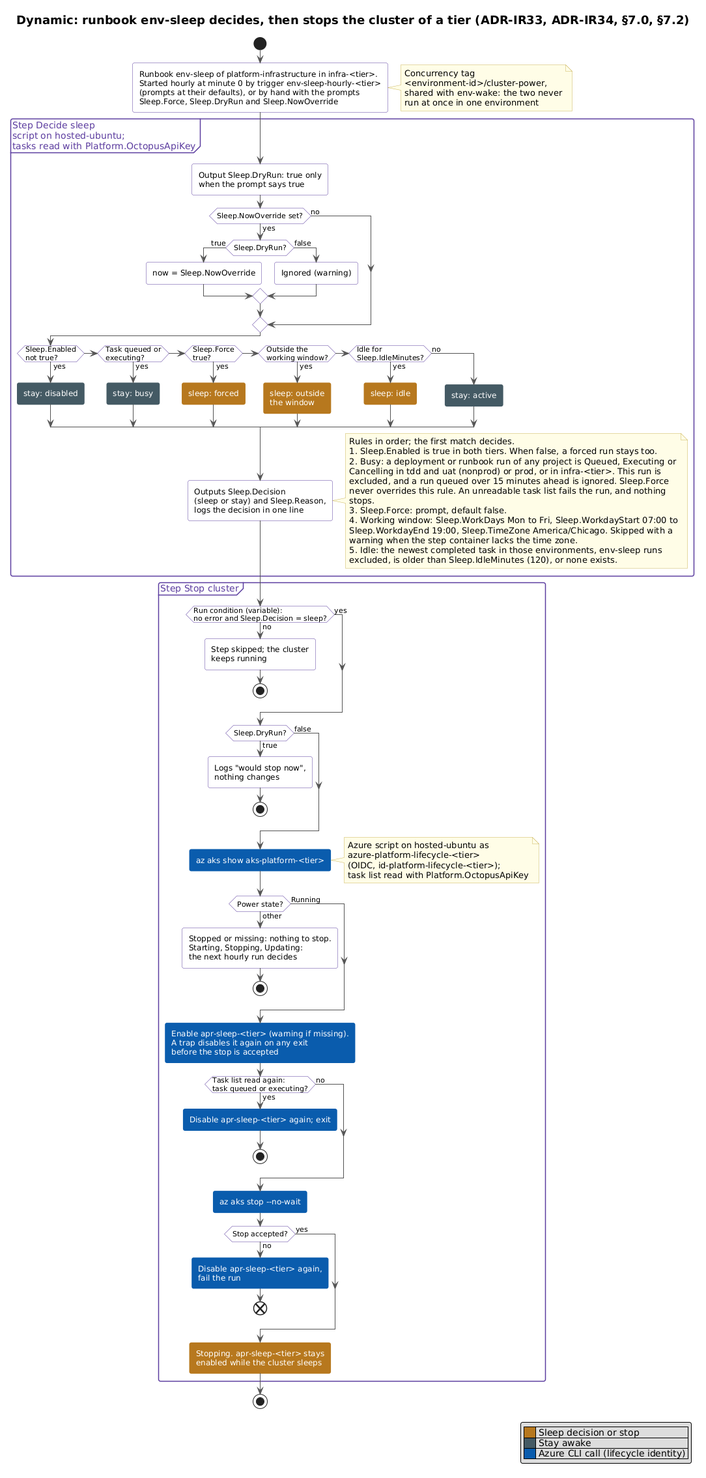
Earlier version of the PlantUML export design/diagrams/dyn-env-sleep.png (clearmeasure-aisf-sample-apps/basic-environment-octopus-codefresh). The source it was exported from:
```plantuml
@startuml dyn-env-sleep
!include include/palette.puml

title Dynamic: runbook env-sleep decides, then stops the cluster of a tier (ADR-IR33, ADR-IR34, §7.0, §7.2)

<style>
activityDiagram {
  activity {
    BackgroundColor #FFFFFF
    LineColor $C_OCTOPUS
    MaximumWidth 380
  }
  diamond {
    BackgroundColor #FFFFFF
    LineColor $C_OCTOPUS
  }
  partition {
    LineColor $C_OCTOPUS
    FontColor $C_OCTOPUS
  }
  arrow {
    LineColor #555555
  }
  note {
    MaximumWidth 520
  }
  .azure {
    BackgroundColor $C_AZURE
    FontColor #FFFFFF
    LineColor $C_AZURE
  }
  .sleep {
    BackgroundColor $C_WAKE
    FontColor #FFFFFF
    LineColor $C_WAKE
  }
  .stay {
    BackgroundColor $C_GLOBAL_TIER
    FontColor #FFFFFF
    LineColor $C_GLOBAL_TIER
  }
}
</style>

start
:Runbook env-sleep of platform-infrastructure in infra-<tier>.
Started hourly at minute 0 by trigger env-sleep-hourly-<tier>
(prompts at their defaults), or by hand with the prompts
Sleep.Force, Sleep.DryRun and Sleep.NowOverride;
note right
  Concurrency tag
  <environment-id>/cluster-power,
  shared with env-wake: the two never
  run at once in one environment
end note
partition "Step Decide sleep\nscript on hosted-ubuntu;\ntasks read with Platform.OctopusApiKey" {
  :Output Sleep.DryRun: true only
  when the prompt says true;
  if (Sleep.NowOverride set?) then (yes)
    if (Sleep.DryRun?) then (true)
      :now = Sleep.NowOverride;
    else (false)
      :Ignored (warning);
    endif
  else (no)
  endif
  if (Sleep.Enabled
not true?) then (yes)
    :stay: disabled; <<stay>>
  elseif (Task queued or
executing?) then (yes)
    :stay: busy; <<stay>>
  elseif (Sleep.Force
true?) then (yes)
    :sleep: forced; <<sleep>>
  elseif (Outside the
working window?) then (yes)
    :sleep: outside
the window; <<sleep>>
  elseif (Idle for
Sleep.IdleMinutes?) then (yes)
    :sleep: idle; <<sleep>>
  else (no)
    :stay: active; <<stay>>
  endif
  :Outputs Sleep.Decision
  (sleep or stay) and Sleep.Reason,
  logs the decision in one line;
  note right
    Rules in order; the first match decides.
    1. Sleep.Enabled is true in both tiers. When false, a forced run stays too.
    2. Busy: a deployment or runbook run of any project is Queued, Executing or Cancelling in tdd and uat (nonprod) or prod, or in infra-<tier>. This run is excluded, and a run queued over 15 minutes ahead is ignored. Sleep.Force never overrides this rule. An unreadable task list fails the run, and nothing stops.
    3. Sleep.Force: prompt, default false.
    4. Working window: Sleep.WorkDays Mon to Fri, Sleep.WorkdayStart 07:00 to Sleep.WorkdayEnd 19:00, Sleep.TimeZone America/Chicago. Skipped with a warning when the step container lacks the time zone.
    5. Idle: the newest completed task in those environments, env-sleep runs excluded, is older than Sleep.IdleMinutes (120), or none exists.
  end note
}
partition "Step Stop cluster" {
  if (Run condition (variable):
no error and Sleep.Decision = sleep?) then (no)
    :Step skipped; the cluster
    keeps running;
    stop
  else (yes)
  endif
  if (Sleep.DryRun?) then (true)
    :Logs "would stop now",
    nothing changes;
    stop
  else (false)
  endif
  :az aks show aks-platform-<tier>; <<azure>>
  note right
    Azure script on hosted-ubuntu as
    azure-platform-lifecycle-<tier>
    (OIDC, id-platform-lifecycle-<tier>);
    task list read with Platform.OctopusApiKey
  end note
  if (Power state?) then (other)
    :Stopped or missing: nothing to stop.
    Starting, Stopping, Updating:
    the next hourly run decides;
    stop
  else (Running)
  endif
  :Enable apr-sleep-<tier> (warning if missing).
  A trap disables it again on any exit
  before the stop is accepted; <<azure>>
  if (Task list read again:
task queued or executing?) then (yes)
    :Disable apr-sleep-<tier> again; exit; <<azure>>
    stop
  else (no)
  endif
  :az aks stop --no-wait; <<azure>>
  if (Stop accepted?) then (no)
    :Disable apr-sleep-<tier> again,
    fail the run; <<azure>>
    end
  else (yes)
  endif
  :Stopping. apr-sleep-<tier> stays
  enabled while the cluster sleeps; <<sleep>>
}
stop

legend right
  |<$C_WAKE>    | Sleep decision or stop |
  |<$C_GLOBAL_TIER>    | Stay awake |
  |<$C_AZURE>    | Azure CLI call (lifecycle identity) |
endlegend
@enduml
```
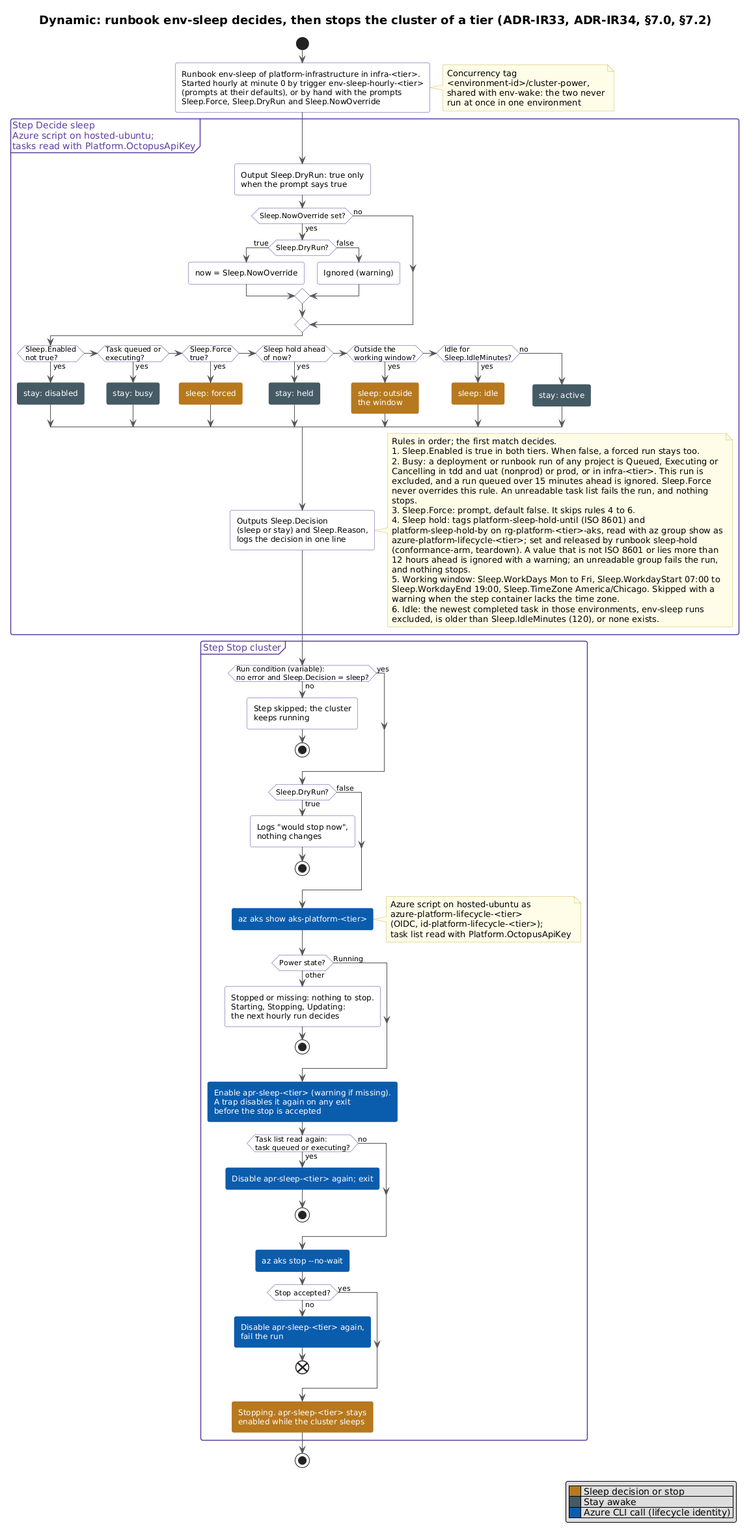
After the commit.

Commit message:
docs: sleep hold in sleep-and-wake, conformance and design diagrams (#32)

Change to the diagram source:
```diff
@@ -53,7 +53,7 @@
   shared with env-wake: the two never
   run at once in one environment
 end note
-partition "Step Decide sleep\nscript on hosted-ubuntu;\ntasks read with Platform.OctopusApiKey" {
+partition "Step Decide sleep\nAzure script on hosted-ubuntu;\ntasks read with Platform.OctopusApiKey" {
   :Output Sleep.DryRun: true only
   when the prompt says true;
   if (Sleep.NowOverride set?) then (yes)
@@ -73,6 +73,9 @@
   elseif (Sleep.Force
 true?) then (yes)
     :sleep: forced; <<sleep>>
+  elseif (Sleep hold ahead
+of now?) then (yes)
+    :stay: held; <<stay>>
   elseif (Outside the
 working window?) then (yes)
     :sleep: outside
@@ -90,9 +93,10 @@
     Rules in order; the first match decides.
     1. Sleep.Enabled is true in both tiers. When false, a forced run stays too.
     2. Busy: a deployment or runbook run of any project is Queued, Executing or Cancelling in tdd and uat (nonprod) or prod, or in infra-<tier>. This run is excluded, and a run queued over 15 minutes ahead is ignored. Sleep.Force never overrides this rule. An unreadable task list fails the run, and nothing stops.
-    3. Sleep.Force: prompt, default false.
-    4. Working window: Sleep.WorkDays Mon to Fri, Sleep.WorkdayStart 07:00 to Sleep.WorkdayEnd 19:00, Sleep.TimeZone America/Chicago. Skipped with a warning when the step container lacks the time zone.
-    5. Idle: the newest completed task in those environments, env-sleep runs excluded, is older than Sleep.IdleMinutes (120), or none exists.
+    3. Sleep.Force: prompt, default false. It skips rules 4 to 6.
+    4. Sleep hold: tags platform-sleep-hold-until (ISO 8601) and platform-sleep-hold-by on rg-platform-<tier>-aks, read with az group show as azure-platform-lifecycle-<tier>; set and released by runbook sleep-hold (conformance-arm, teardown). A value that is not ISO 8601 or lies more than 12 hours ahead is ignored with a warning; an unreadable group fails the run, and nothing stops.
+    5. Working window: Sleep.WorkDays Mon to Fri, Sleep.WorkdayStart 07:00 to Sleep.WorkdayEnd 19:00, Sleep.TimeZone America/Chicago. Skipped with a warning when the step container lacks the time zone.
+    6. Idle: the newest completed task in those environments, env-sleep runs excluded, is older than Sleep.IdleMinutes (120), or none exists.
   end note
 }
 partition "Step Stop cluster" {
```
